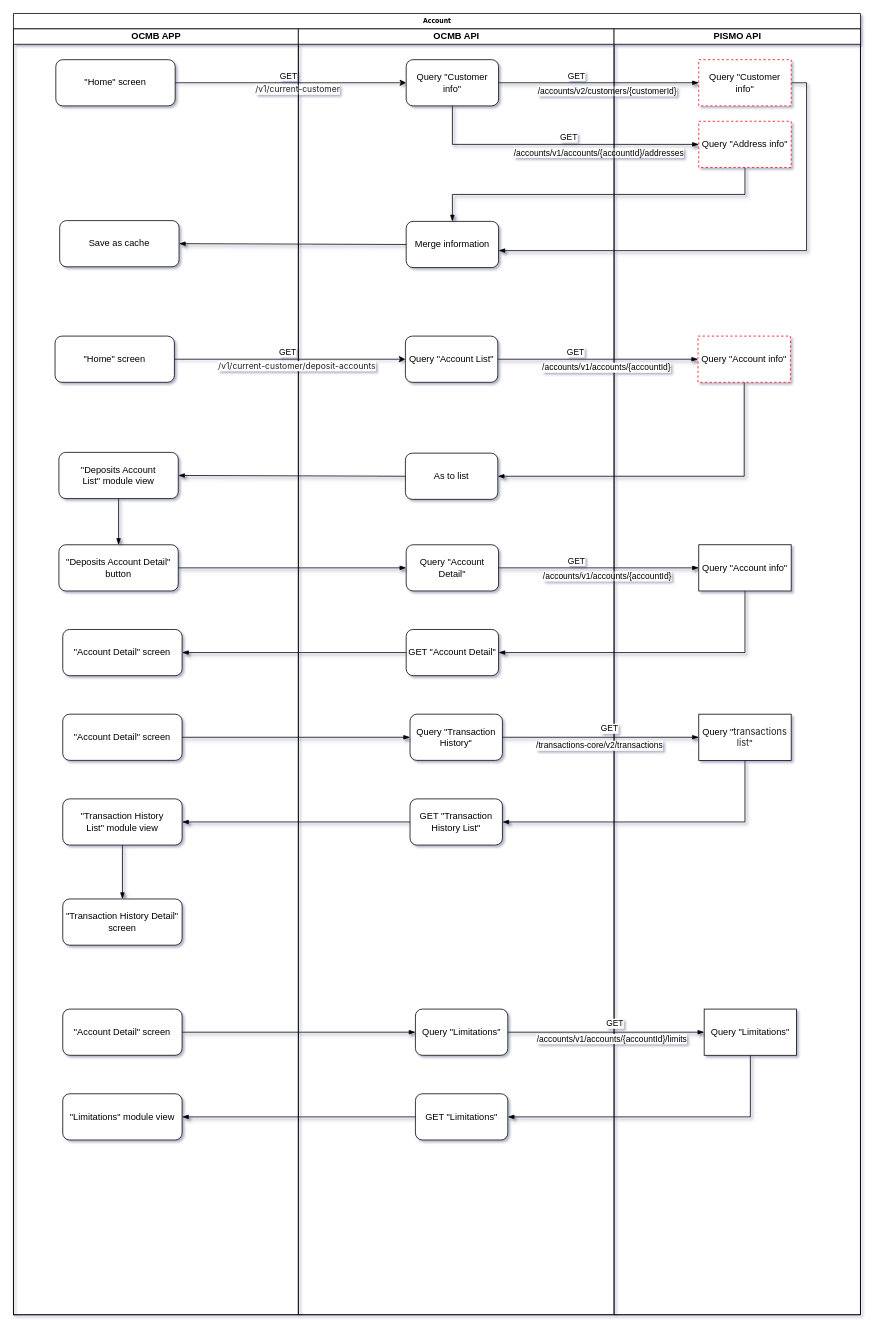
Earlier version of the draw.io diagram page "account" (3 of 4) of user/pismo-regist.drawio (jiangwu85/cloud-config-samples). Source tidied: cells renumbered, new cells numbered last; positions are measured from the earlier drawing's top-left corner, leaving out a move shared by most shapes. Both pictures are drawn from the tidied source at 77%, with x=0, y=0 at pixel (13, 13).
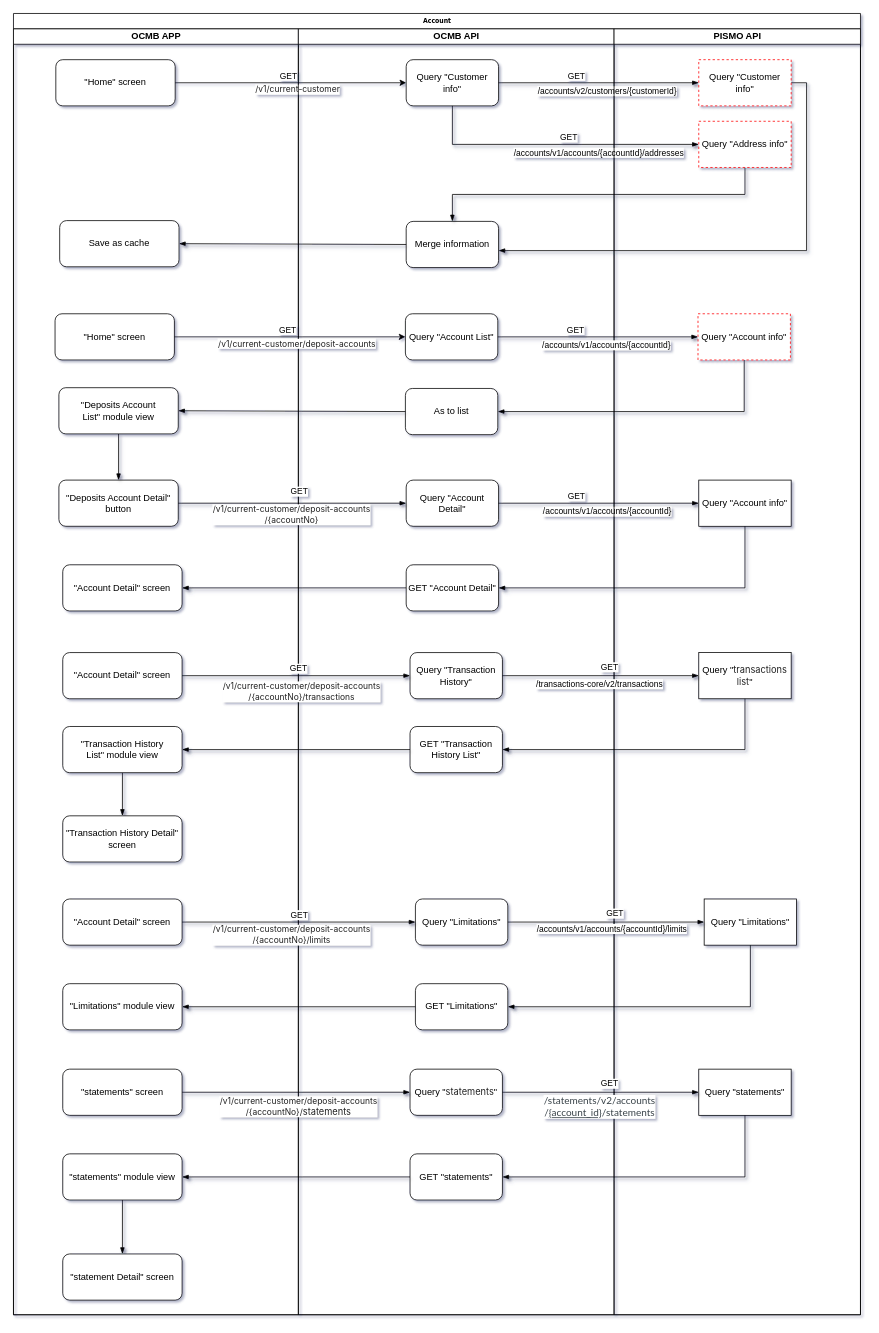
The same diagram, later.

Unchanged cells that the change refers to:
```xml
<mxCell id="3" value="OCMB APP" style="swimlane;html=1;startSize=20;shadow=0;" parent="2" vertex="1">
  <mxGeometry y="20" width="370" height="1670" as="geometry" />
</mxCell>
<mxCell id="17" value="OCMB API" style="swimlane;html=1;startSize=20;" parent="2" vertex="1">
  <mxGeometry x="370" y="20" width="410" height="1670" as="geometry" />
</mxCell>
<mxCell id="34" style="edgeStyle=orthogonalEdgeStyle;rounded=0;jumpStyle=line;jettySize=auto;html=1;exitX=1;exitY=0.5;exitDx=0;exitDy=0;shadow=1;startArrow=none;startFill=0;endArrow=blockThin;endFill=1;" parent="2" edge="1" source="6" target="21">
  <mxGeometry relative="1" as="geometry" />
</mxCell>
<mxCell id="38" value="PISMO API" style="swimlane;html=1;startSize=20;" parent="2" vertex="1">
  <mxGeometry x="780" y="20" width="320" height="1670" as="geometry" />
</mxCell>
<mxCell id="50" style="edgeStyle=orthogonalEdgeStyle;rounded=0;jumpStyle=line;jettySize=auto;html=1;exitX=1;exitY=0.5;exitDx=0;exitDy=0;entryX=0;entryY=0.5;entryDx=0;entryDy=0;shadow=1;startArrow=none;startFill=0;endArrow=blockThin;endFill=1;" parent="2" edge="1" source="11" target="23">
  <mxGeometry relative="1" as="geometry" />
</mxCell>
<mxCell id="74" style="edgeStyle=orthogonalEdgeStyle;rounded=0;jumpStyle=line;jettySize=auto;html=1;exitX=1;exitY=0.5;exitDx=0;exitDy=0;entryX=0;entryY=0.5;entryDx=0;entryDy=0;shadow=1;startArrow=none;startFill=0;endArrow=blockThin;endFill=1;" parent="1" edge="1" source="13" target="65">
  <mxGeometry relative="1" as="geometry" />
</mxCell>
```

What changed in the source:
```diff
@@
     <mxCell id="6" value="&lt;div&gt;&quot;Deposits Account Detail&quot; button&lt;/div&gt;" style="rounded=1;whiteSpace=wrap;html=1;" parent="3" vertex="1">
-      <mxGeometry x="59" y="670" width="155" height="60" as="geometry" />
+      <mxGeometry x="59" y="586" width="155" height="60" as="geometry" />
     </mxCell>
     <mxCell id="7" value="&quot;Account Detail&quot; screen" style="rounded=1;whiteSpace=wrap;html=1;" parent="3" vertex="1">
-      <mxGeometry x="64" y="780" width="155" height="60" as="geometry" />
+      <mxGeometry x="64" y="696" width="155" height="60" as="geometry" />
     </mxCell>
-    <mxCell id="8" style="edgeStyle=orthogonalEdgeStyle;rounded=0;jumpStyle=line;jettySize=auto;html=1;exitX=0.5;exitY=1;exitDx=0;exitDy=0;shadow=1;startArrow=none;startFill=0;endArrow=blockThin;endFill=1;" parent="3" edge="1" source="9" target="10">
+    <mxCell id="8" style="edgeStyle=orthogonalEdgeStyle;rounded=0;jumpStyle=line;jettySize=auto;html=1;exitX=0.5;exitY=1;exitDx=0;exitDy=0;shadow=1;startArrow=none;startFill=0;endArrow=blockThin;endFill=1;entryX=0.5;entryY=0;entryDx=0;entryDy=0;" parent="3" edge="1" source="9" target="10">
       <mxGeometry relative="1" as="geometry" />
     </mxCell>
     <mxCell id="9" value="&lt;div&gt;&quot;Transaction History List&quot;&amp;nbsp;module view&lt;/div&gt;" style="rounded=1;whiteSpace=wrap;html=1;" parent="3" vertex="1">
-      <mxGeometry x="64" y="1000" width="155" height="60" as="geometry" />
+      <mxGeometry x="64" y="906" width="155" height="60" as="geometry" />
     </mxCell>
     <mxCell id="10" value="&lt;div&gt;&quot;Transaction History Detail&quot; screen&lt;/div&gt;" style="rounded=1;whiteSpace=wrap;html=1;" parent="3" vertex="1">
-      <mxGeometry x="64" y="1130" width="155" height="60" as="geometry" />
+      <mxGeometry x="64" y="1022" width="155" height="60" as="geometry" />
     </mxCell>
     <mxCell id="11" value="&quot;Account Detail&quot; screen" style="rounded=1;whiteSpace=wrap;html=1;" parent="3" vertex="1">
-      <mxGeometry x="64" y="890" width="155" height="60" as="geometry" />
+      <mxGeometry x="64" y="810" width="155" height="60" as="geometry" />
     </mxCell>
     <mxCell id="12" value="&lt;div&gt;&quot;Limitations&quot;&amp;nbsp;module view&lt;/div&gt;" style="rounded=1;whiteSpace=wrap;html=1;" parent="3" vertex="1">
-      <mxGeometry x="64" y="1383" width="155" height="60" as="geometry" />
+      <mxGeometry x="64" y="1240" width="155" height="60" as="geometry" />
     </mxCell>
     <mxCell id="13" value="&quot;Account Detail&quot; screen" style="rounded=1;whiteSpace=wrap;html=1;" parent="3" vertex="1">
-      <mxGeometry x="64" y="1273" width="155" height="60" as="geometry" />
+      <mxGeometry x="64" y="1130" width="155" height="60" as="geometry" />
     </mxCell>
@@
     <mxCell id="21" value="Query &quot;Account Detail&quot;" style="rounded=1;whiteSpace=wrap;html=1;" parent="17" vertex="1">
-      <mxGeometry x="140" y="670" width="120" height="60" as="geometry" />
+      <mxGeometry x="140" y="586" width="120" height="60" as="geometry" />
     </mxCell>
     <mxCell id="22" value="GET &quot;Account Detail&quot;" style="rounded=1;whiteSpace=wrap;html=1;" parent="17" vertex="1">
-      <mxGeometry x="140" y="780" width="120" height="60" as="geometry" />
+      <mxGeometry x="140" y="696" width="120" height="60" as="geometry" />
     </mxCell>
     <mxCell id="23" value="Query &quot;Transaction History&quot;" style="rounded=1;whiteSpace=wrap;html=1;" parent="17" vertex="1">
-      <mxGeometry x="145" y="890" width="120" height="60" as="geometry" />
+      <mxGeometry x="145" y="810" width="120" height="60" as="geometry" />
     </mxCell>
     <mxCell id="24" value="GET &quot;Transaction History List&quot;" style="rounded=1;whiteSpace=wrap;html=1;" parent="17" vertex="1">
-      <mxGeometry x="145" y="1000" width="120" height="60" as="geometry" />
+      <mxGeometry x="145" y="906" width="120" height="60" as="geometry" />
     </mxCell>
@@
+    <mxCell id="75" value="&lt;span style=&quot;color: rgb(33, 33, 33); font-family: Inter, system-ui, -apple-system, BlinkMacSystemFont, &amp;quot;Segoe UI&amp;quot;, Roboto, Oxygen, Ubuntu, Cantarell, &amp;quot;Fira Sans&amp;quot;, &amp;quot;Droid Sans&amp;quot;, Helvetica, Arial, sans-serif; text-align: left;&quot;&gt;/v1/current-customer/deposit-accounts&lt;br&gt;/{accountNo}&lt;/span&gt;" style="edgeLabel;html=1;align=center;verticalAlign=middle;" parent="34" vertex="1">
+      <mxGeometry x="-0.16" relative="1" as="geometry">
+        <mxPoint x="22" y="14" as="offset" />
+      </mxGeometry>
+    </mxCell>
+    <mxCell id="76" value="GET" style="edgeLabel;html=1;align=center;verticalAlign=middle;" parent="34" vertex="1">
+      <mxGeometry x="-0.14" y="1" relative="1" as="geometry">
+        <mxPoint x="29" y="-15" as="offset" />
+      </mxGeometry>
+    </mxCell>
@@
     <mxCell id="41" value="Query &quot;Account info&quot;" style="rounded=0;whiteSpace=wrap;html=1;labelBackgroundColor=none;strokeColor=default;fillColor=#FFFFFF;" parent="38" vertex="1">
-      <mxGeometry x="110" y="670" width="120" height="60" as="geometry" />
+      <mxGeometry x="110" y="586" width="120" height="60" as="geometry" />
     </mxCell>
     <mxCell id="42" value="Query &quot;&lt;span style=&quot;color: rgb(33, 33, 33); font-family: Inter, system-ui, -apple-system, BlinkMacSystemFont, &amp;quot;Segoe UI&amp;quot;, Roboto, Oxygen, Ubuntu, Cantarell, &amp;quot;Fira Sans&amp;quot;, &amp;quot;Droid Sans&amp;quot;, Helvetica, Arial, sans-serif; text-align: left; background-color: rgb(255, 255, 255);&quot;&gt;transactions list&lt;/span&gt;&quot;" style="rounded=0;whiteSpace=wrap;html=1;labelBackgroundColor=none;strokeColor=default;fillColor=#FFFFFF;" parent="38" vertex="1">
-      <mxGeometry x="110" y="890" width="120" height="60" as="geometry" />
+      <mxGeometry x="110" y="810" width="120" height="60" as="geometry" />
     </mxCell>
@@
+    <mxCell id="77" value="GET" style="edgeLabel;html=1;align=center;verticalAlign=middle;" parent="50" vertex="1">
+      <mxGeometry x="-0.24" y="-1" relative="1" as="geometry">
+        <mxPoint x="38" y="-11" as="offset" />
+      </mxGeometry>
+    </mxCell>
+    <mxCell id="78" value="&lt;span style=&quot;color: rgb(33, 33, 33); font-family: Inter, system-ui, -apple-system, BlinkMacSystemFont, &amp;quot;Segoe UI&amp;quot;, Roboto, Oxygen, Ubuntu, Cantarell, &amp;quot;Fira Sans&amp;quot;, &amp;quot;Droid Sans&amp;quot;, Helvetica, Arial, sans-serif; text-align: left;&quot;&gt;/v1/current-customer/deposit-accounts&lt;br&gt;/{accountNo}/&lt;/span&gt;&lt;font face=&quot;Inter, system-ui, -apple-system, BlinkMacSystemFont, Segoe UI, Roboto, Oxygen, Ubuntu, Cantarell, Fira Sans, Droid Sans, Helvetica, Arial, sans-serif&quot; color=&quot;#212121&quot;&gt;&lt;span style=&quot;font-size: 11px;&quot;&gt;transactions&lt;/span&gt;&lt;/font&gt;" style="edgeLabel;html=1;align=center;verticalAlign=middle;" parent="50" vertex="1">
+      <mxGeometry x="0.17" y="-4" relative="1" as="geometry">
+        <mxPoint x="-19" y="16" as="offset" />
+      </mxGeometry>
+    </mxCell>
     <mxCell id="51" value="&quot;Home&quot; screen" style="rounded=1;whiteSpace=wrap;html=1;" parent="1" vertex="1">
-      <mxGeometry x="54" y="419" width="155" height="60" as="geometry" />
+      <mxGeometry x="54" y="390" width="155" height="60" as="geometry" />
     </mxCell>
@@
     <mxCell id="53" value="&lt;div&gt;&quot;Deposits Account List&quot;&amp;nbsp;module view&lt;/div&gt;" style="rounded=1;whiteSpace=wrap;html=1;" parent="1" vertex="1">
-      <mxGeometry x="59" y="570" width="155" height="60" as="geometry" />
+      <mxGeometry x="59" y="486" width="155" height="60" as="geometry" />
     </mxCell>
@@
     <mxCell id="57" value="Query &quot;Account List&quot;" style="rounded=1;whiteSpace=wrap;html=1;" parent="1" vertex="1">
-      <mxGeometry x="509" y="419" width="120" height="60" as="geometry" />
+      <mxGeometry x="509" y="390" width="120" height="60" as="geometry" />
     </mxCell>
     <mxCell id="58" value="&lt;div&gt;As to list&lt;/div&gt;" style="rounded=1;whiteSpace=wrap;html=1;" parent="1" vertex="1">
-      <mxGeometry x="509" y="571" width="120" height="60" as="geometry" />
+      <mxGeometry x="509" y="487" width="120" height="60" as="geometry" />
     </mxCell>
@@
     <mxCell id="60" value="Query &quot;Account info&quot;" style="rounded=0;whiteSpace=wrap;html=1;labelBackgroundColor=none;strokeColor=#FF0000;fillColor=#FFFFFF;dashed=1;" parent="1" vertex="1">
-      <mxGeometry x="889" y="419" width="120" height="60" as="geometry" />
+      <mxGeometry x="889" y="390" width="120" height="60" as="geometry" />
     </mxCell>
@@
     <mxCell id="65" value="Query &quot;Limitations&quot;" style="rounded=1;whiteSpace=wrap;html=1;" parent="1" vertex="1">
-      <mxGeometry x="522" y="1293" width="120" height="60" as="geometry" />
+      <mxGeometry x="522" y="1150" width="120" height="60" as="geometry" />
     </mxCell>
     <mxCell id="66" value="GET &quot;Limitations&quot;" style="rounded=1;whiteSpace=wrap;html=1;" parent="1" vertex="1">
-      <mxGeometry x="522" y="1403" width="120" height="60" as="geometry" />
+      <mxGeometry x="522" y="1260" width="120" height="60" as="geometry" />
     </mxCell>
     <mxCell id="67" value="Query &quot;Limitations&quot;" style="rounded=0;whiteSpace=wrap;html=1;labelBackgroundColor=none;strokeColor=default;fillColor=#FFFFFF;" parent="1" vertex="1">
-      <mxGeometry x="897" y="1293" width="120" height="60" as="geometry" />
+      <mxGeometry x="897" y="1150" width="120" height="60" as="geometry" />
     </mxCell>
@@
+    <mxCell id="79" value="GET" style="edgeLabel;html=1;align=center;verticalAlign=middle;" parent="74" vertex="1">
+      <mxGeometry x="0.41" relative="1" as="geometry">
+        <mxPoint x="-63" y="-10" as="offset" />
+      </mxGeometry>
+    </mxCell>
+    <mxCell id="80" value="&lt;span style=&quot;color: rgb(33, 33, 33); font-family: Inter, system-ui, -apple-system, BlinkMacSystemFont, &amp;quot;Segoe UI&amp;quot;, Roboto, Oxygen, Ubuntu, Cantarell, &amp;quot;Fira Sans&amp;quot;, &amp;quot;Droid Sans&amp;quot;, Helvetica, Arial, sans-serif; text-align: left;&quot;&gt;/v1/current-customer/deposit-accounts&lt;br&gt;/{accountNo}/&lt;/span&gt;&lt;font face=&quot;Inter, system-ui, -apple-system, BlinkMacSystemFont, Segoe UI, Roboto, Oxygen, Ubuntu, Cantarell, Fira Sans, Droid Sans, Helvetica, Arial, sans-serif&quot; color=&quot;#212121&quot;&gt;limits&lt;/font&gt;" style="edgeLabel;html=1;align=center;verticalAlign=middle;" parent="74" vertex="1">
+      <mxGeometry x="-0.17" y="-2" relative="1" as="geometry">
+        <mxPoint x="15" y="14" as="offset" />
+      </mxGeometry>
+    </mxCell>
+    <mxCell id="81" style="edgeStyle=orthogonalEdgeStyle;rounded=0;jumpStyle=line;jettySize=auto;html=1;exitX=0.5;exitY=1;exitDx=0;exitDy=0;shadow=1;startArrow=none;startFill=0;endArrow=blockThin;endFill=1;" parent="1" edge="1" source="82" target="83">
+      <mxGeometry relative="1" as="geometry" />
+    </mxCell>
+    <mxCell id="82" value="&lt;div&gt;&quot;statements&quot;&amp;nbsp;module view&lt;/div&gt;" style="rounded=1;whiteSpace=wrap;html=1;" parent="1" vertex="1">
+      <mxGeometry x="64" y="1481" width="155" height="60" as="geometry" />
+    </mxCell>
+    <mxCell id="83" value="&lt;div&gt;&quot;statement&amp;nbsp;Detail&quot; screen&lt;/div&gt;" style="rounded=1;whiteSpace=wrap;html=1;" parent="1" vertex="1">
+      <mxGeometry x="64" y="1611" width="155" height="60" as="geometry" />
+    </mxCell>
+    <mxCell id="84" value="&quot;statements&quot; screen" style="rounded=1;whiteSpace=wrap;html=1;" parent="1" vertex="1">
+      <mxGeometry x="64" y="1371" width="155" height="60" as="geometry" />
+    </mxCell>
+    <mxCell id="85" value="Query &quot;&lt;span style=&quot;color: rgb(33, 33, 33); font-family: Inter, system-ui, -apple-system, BlinkMacSystemFont, &amp;quot;Segoe UI&amp;quot;, Roboto, Oxygen, Ubuntu, Cantarell, &amp;quot;Fira Sans&amp;quot;, &amp;quot;Droid Sans&amp;quot;, Helvetica, Arial, sans-serif; text-align: left; background-color: rgb(255, 255, 255);&quot;&gt;statements&lt;/span&gt;&quot;" style="rounded=1;whiteSpace=wrap;html=1;" parent="1" vertex="1">
+      <mxGeometry x="515" y="1371" width="120" height="60" as="geometry" />
+    </mxCell>
+    <mxCell id="86" value="GET &quot;statements&quot;" style="rounded=1;whiteSpace=wrap;html=1;" parent="1" vertex="1">
+      <mxGeometry x="515" y="1481" width="120" height="60" as="geometry" />
+    </mxCell>
+    <mxCell id="87" value="Query &quot;statements&quot;" style="rounded=0;whiteSpace=wrap;html=1;labelBackgroundColor=none;strokeColor=default;fillColor=#FFFFFF;" parent="1" vertex="1">
+      <mxGeometry x="890" y="1371" width="120" height="60" as="geometry" />
+    </mxCell>
+    <mxCell id="88" style="edgeStyle=orthogonalEdgeStyle;rounded=0;jumpStyle=line;jettySize=auto;html=1;exitX=1;exitY=0.5;exitDx=0;exitDy=0;shadow=1;startArrow=none;startFill=0;endArrow=blockThin;endFill=1;" parent="1" edge="1" source="85" target="87">
+      <mxGeometry relative="1" as="geometry" />
+    </mxCell>
+    <mxCell id="89" value="&lt;span style=&quot;color: rgb(56, 66, 72); font-family: Lato; font-size: 13px; text-align: start;&quot;&gt;/statements&lt;/span&gt;&lt;span style=&quot;color: rgb(56, 66, 72); font-family: Lato; font-size: 13px; text-align: start;&quot;&gt;/v2/accounts&lt;br&gt;/&lt;/span&gt;&lt;label style=&quot;cursor: pointer; text-decoration-line: underline; color: rgb(56, 66, 72); font-family: Lato; font-size: 13px; text-align: start;&quot; for=&quot;path-GetStatementsV2_account_id&quot; class=&quot;APIHeader-url-parameterFHIqVFeNEd7b&quot;&gt;{account_id}&lt;/label&gt;&lt;span style=&quot;color: rgb(56, 66, 72); font-family: Lato; font-size: 13px; text-align: start;&quot;&gt;/statements&lt;/span&gt;" style="edgeLabel;html=1;align=center;verticalAlign=middle;" parent="88" vertex="1">
+      <mxGeometry x="-0.14" relative="1" as="geometry">
+        <mxPoint x="15" y="18" as="offset" />
+      </mxGeometry>
+    </mxCell>
+    <mxCell id="90" value="GET" style="edgeLabel;html=1;align=center;verticalAlign=middle;" parent="88" vertex="1">
+      <mxGeometry x="0.08" y="2" relative="1" as="geometry">
+        <mxPoint y="-10" as="offset" />
+      </mxGeometry>
+    </mxCell>
+    <mxCell id="91" style="edgeStyle=orthogonalEdgeStyle;rounded=0;jumpStyle=line;jettySize=auto;html=1;exitX=0.5;exitY=1;exitDx=0;exitDy=0;entryX=1;entryY=0.5;entryDx=0;entryDy=0;shadow=1;startArrow=none;startFill=0;endArrow=blockThin;endFill=1;" parent="1" edge="1" source="87" target="86">
+      <mxGeometry relative="1" as="geometry" />
+    </mxCell>
+    <mxCell id="92" style="edgeStyle=orthogonalEdgeStyle;rounded=0;jumpStyle=line;jettySize=auto;html=1;exitX=0;exitY=0.5;exitDx=0;exitDy=0;entryX=1;entryY=0.5;entryDx=0;entryDy=0;shadow=1;startArrow=none;startFill=0;endArrow=blockThin;endFill=1;" parent="1" edge="1" source="86" target="82">
+      <mxGeometry relative="1" as="geometry" />
+    </mxCell>
+    <mxCell id="93" value="&lt;span style=&quot;font-size: 11px; font-style: normal; font-variant-ligatures: normal; font-variant-caps: normal; font-weight: 400; letter-spacing: normal; orphans: 2; text-indent: 0px; text-transform: none; widows: 2; word-spacing: 0px; -webkit-text-stroke-width: 0px; text-decoration-thickness: initial; text-decoration-style: initial; text-decoration-color: initial; color: rgb(33, 33, 33); font-family: Inter, system-ui, -apple-system, BlinkMacSystemFont, &amp;quot;Segoe UI&amp;quot;, Roboto, Oxygen, Ubuntu, Cantarell, &amp;quot;Fira Sans&amp;quot;, &amp;quot;Droid Sans&amp;quot;, Helvetica, Arial, sans-serif; text-align: left;&quot;&gt;/v1/current-customer/deposit-accounts&lt;br&gt;/{accountNo}/&lt;/span&gt;&lt;span style=&quot;color: rgb(33, 33, 33); font-family: Inter, system-ui, -apple-system, BlinkMacSystemFont, &amp;quot;Segoe UI&amp;quot;, Roboto, Oxygen, Ubuntu, Cantarell, &amp;quot;Fira Sans&amp;quot;, &amp;quot;Droid Sans&amp;quot;, Helvetica, Arial, sans-serif; font-size: 12px; text-align: left;&quot;&gt;statements&lt;/span&gt;" style="edgeStyle=orthogonalEdgeStyle;rounded=0;jumpStyle=line;jettySize=auto;html=1;exitX=1;exitY=0.5;exitDx=0;exitDy=0;entryX=0;entryY=0.5;entryDx=0;entryDy=0;shadow=1;startArrow=none;startFill=0;endArrow=blockThin;endFill=1;" parent="1" edge="1" source="84" target="85">
+      <mxGeometry x="0.02" y="-19" relative="1" as="geometry" />
+    </mxCell>
```
